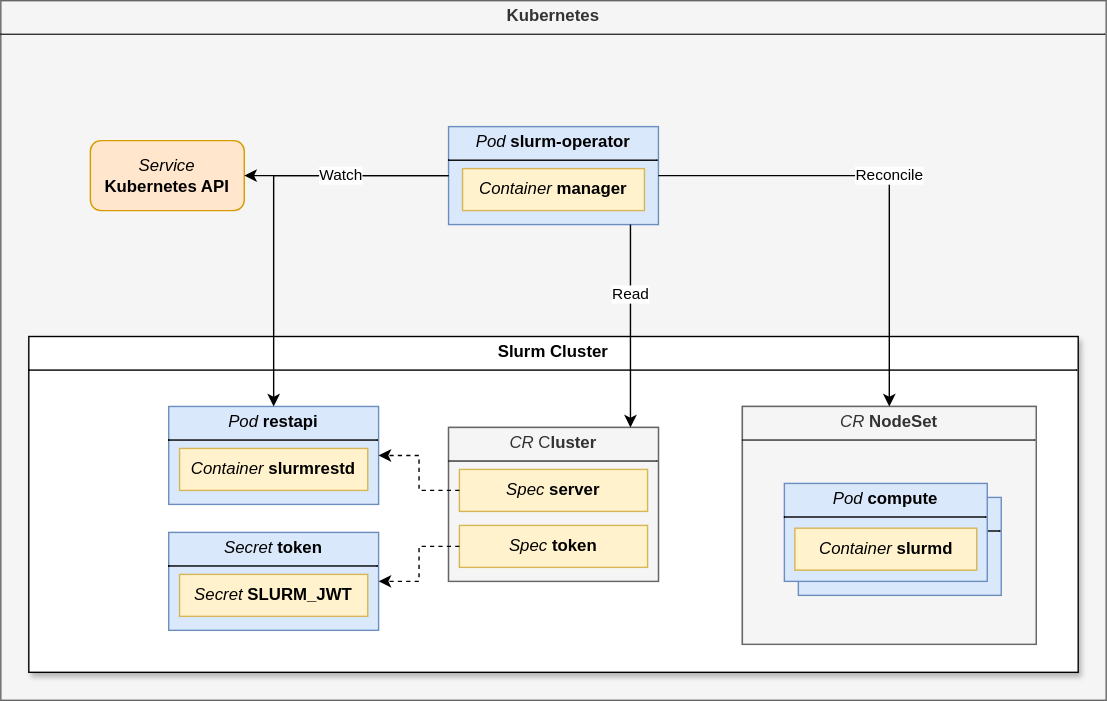
This is docs/assets/architecture-operator.svg from whaili/slurm-operator, a draw.io export, as it was before one commit. Source tidied: cells renumbered, new cells last; positions are measured from the earlier drawing's top-left corner, leaving out a move shared by most shapes.
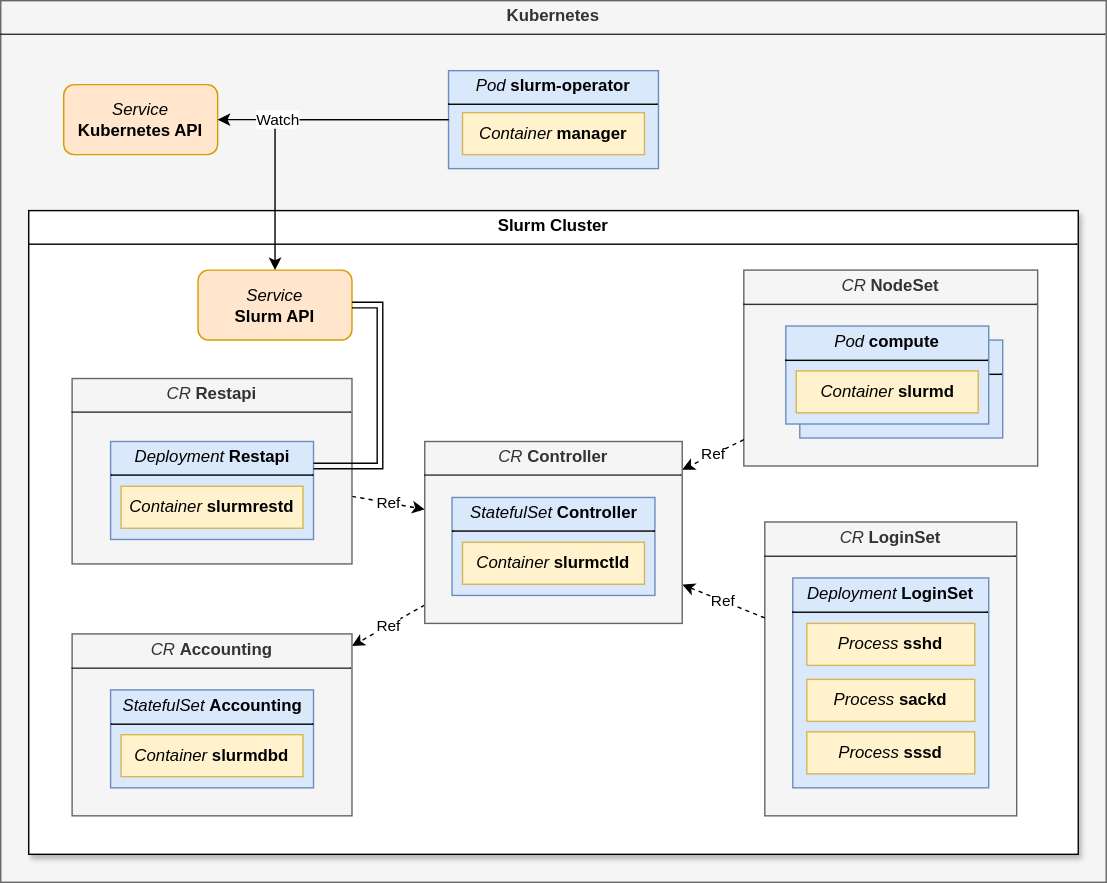
Later version of the same file.

Commit message:
docs: update docs to match new architecture

Diff of the diagram source:
```diff
@@ -3,10 +3,10 @@
     <mxCell id="0" />
     <mxCell id="1" parent="0" />
     <mxCell id="2" value="&lt;p style=&quot;margin: 4px 0px 0px; text-align: center;&quot;&gt;&lt;b style=&quot;&quot;&gt;Kubernetes&lt;/b&gt;&lt;/p&gt;&lt;hr size=&quot;1&quot; style=&quot;border-style:solid;&quot;&gt;&lt;p style=&quot;margin:0px;margin-left:8px;&quot;&gt;&lt;br&gt;&lt;/p&gt;" style="verticalAlign=top;align=left;overflow=fill;html=1;whiteSpace=wrap;fillColor=#f5f5f5;fontColor=#333333;strokeColor=#666666;" parent="1" vertex="1">
-      <mxGeometry width="790" height="500" as="geometry" />
+      <mxGeometry x="-1" width="790" height="630" as="geometry" />
     </mxCell>
     <mxCell id="3" style="group;" parent="1" vertex="1">
-      <mxGeometry x="320" y="90" width="150" height="70" as="geometry" />
+      <mxGeometry x="319" y="50" width="150" height="70" as="geometry" />
     </mxCell>
     <mxCell id="4" value="&lt;p style=&quot;margin:0px;margin-top:4px;text-align:center;&quot;&gt;&lt;i&gt;Pod&lt;/i&gt;&amp;nbsp;&lt;b&gt;slurm-operator&lt;/b&gt;&lt;/p&gt;&lt;hr size=&quot;1&quot; style=&quot;border-style:solid;&quot;&gt;&lt;div style=&quot;height: 2px; padding: 0px 0px 2px; margin: 0px;&quot;&gt;&lt;br&gt;&lt;/div&gt;" style="verticalAlign=top;align=left;overflow=fill;html=1;whiteSpace=wrap;fillColor=#dae8fc;strokeColor=#6c8ebf;gradientColor=none;enumerate=0;comic=0;" parent="3" vertex="1">
       <mxGeometry width="150" height="70" as="geometry" />
@@ -15,28 +15,19 @@
       <mxGeometry x="10" y="30" width="130" height="30" as="geometry" />
     </mxCell>
     <mxCell id="6" value="&lt;i&gt;Service&lt;/i&gt;&lt;br&gt;&lt;b&gt;Kubernetes API&lt;/b&gt;" style="html=1;whiteSpace=wrap;fillColor=#ffe6cc;strokeColor=#d79b00;gradientColor=none;rounded=1;" parent="1" vertex="1">
-      <mxGeometry x="64" y="100" width="110" height="50" as="geometry" />
+      <mxGeometry x="44" y="60" width="110" height="50" as="geometry" />
     </mxCell>
     <mxCell id="7" value="&lt;p style=&quot;margin:0px;margin-top:4px;text-align:center;&quot;&gt;&lt;b&gt;Slurm Cluster&lt;/b&gt;&lt;/p&gt;&lt;hr size=&quot;1&quot; style=&quot;border-style:solid;&quot;&gt;&lt;div style=&quot;height:2px;&quot;&gt;&lt;/div&gt;" style="verticalAlign=top;align=left;overflow=fill;html=1;whiteSpace=wrap;shadow=1;" parent="1" vertex="1">
-      <mxGeometry x="20" y="240" width="750" height="240" as="geometry" />
+      <mxGeometry x="19" y="150" width="750" height="460" as="geometry" />
     </mxCell>
-    <mxCell id="8" style="group;" parent="1" vertex="1">
-      <mxGeometry x="120" y="290" width="150" height="70" as="geometry" />
-    </mxCell>
-    <mxCell id="9" value="&lt;p style=&quot;margin:0px;margin-top:4px;text-align:center;&quot;&gt;&lt;i&gt;Pod&lt;/i&gt;&amp;nbsp;&lt;b&gt;restapi&lt;/b&gt;&lt;/p&gt;&lt;hr size=&quot;1&quot; style=&quot;border-style:solid;&quot;&gt;&lt;div style=&quot;height: 2px; padding: 0px 0px 2px; margin: 0px;&quot;&gt;&lt;br&gt;&lt;/div&gt;" style="verticalAlign=top;align=left;overflow=fill;html=1;whiteSpace=wrap;fillColor=#dae8fc;strokeColor=#6c8ebf;gradientColor=none;enumerate=0;comic=0;" parent="8" vertex="1">
-      <mxGeometry width="150" height="70" as="geometry" />
-    </mxCell>
-    <mxCell id="10" value="&lt;i&gt;Container&lt;/i&gt;&amp;nbsp;&lt;b&gt;slurmrestd&lt;/b&gt;" style="rounded=0;whiteSpace=wrap;html=1;fillColor=#fff2cc;strokeColor=#d6b656;align=center;textShadow=0;labelBorderColor=none;labelBackgroundColor=none;" parent="8" vertex="1">
-      <mxGeometry x="7.8" y="30" width="134.5" height="30" as="geometry" />
-    </mxCell>
-    <mxCell id="11" style="group;fillColor=#f5f5f5;fontColor=#333333;strokeColor=#666666;" parent="1" vertex="1">
-      <mxGeometry x="530" y="290" width="210" height="170" as="geometry" />
-    </mxCell>
+    <mxCell id="31" style="group;" parent="1" vertex="1">
+      <mxGeometry x="530" y="192.5" width="210" height="140" as="geometry" />
+    </mxCell>
-    <mxCell id="12" value="&lt;p style=&quot;margin:0px;margin-top:4px;text-align:center;&quot;&gt;&lt;i&gt;CR&lt;/i&gt;&amp;nbsp;&lt;b&gt;NodeSet&lt;/b&gt;&lt;/p&gt;&lt;hr size=&quot;1&quot; style=&quot;border-style:solid;&quot;&gt;&lt;div style=&quot;height:2px;&quot;&gt;&lt;/div&gt;" style="verticalAlign=top;align=left;overflow=fill;html=1;whiteSpace=wrap;shadow=0;fillColor=#f5f5f5;fontColor=#333333;strokeColor=#666666;" parent="11" vertex="1">
-      <mxGeometry width="210" height="170" as="geometry" />
+    <mxCell id="12" value="&lt;p style=&quot;margin:0px;margin-top:4px;text-align:center;&quot;&gt;&lt;i&gt;CR&lt;/i&gt;&amp;nbsp;&lt;b&gt;NodeSet&lt;/b&gt;&lt;/p&gt;&lt;hr size=&quot;1&quot; style=&quot;border-style:solid;&quot;&gt;&lt;div style=&quot;height:2px;&quot;&gt;&lt;/div&gt;" style="verticalAlign=top;align=left;overflow=fill;html=1;whiteSpace=wrap;shadow=0;fillColor=#f5f5f5;fontColor=#333333;strokeColor=#666666;" parent="31" vertex="1">
+      <mxGeometry width="210" height="140" as="geometry" />
     </mxCell>
-    <mxCell id="13" style="group;" parent="11" vertex="1">
-      <mxGeometry x="40" y="65" width="145" height="70" as="geometry" />
+    <mxCell id="13" style="group;" parent="31" vertex="1">
+      <mxGeometry x="40" y="50" width="145" height="70" as="geometry" />
     </mxCell>
     <mxCell id="14" value="&lt;p style=&quot;margin:0px;margin-top:4px;text-align:center;&quot;&gt;&lt;i&gt;Pod&lt;/i&gt;&amp;nbsp;&lt;b&gt;compute&lt;/b&gt;&lt;/p&gt;&lt;hr size=&quot;1&quot; style=&quot;border-style:solid;&quot;&gt;&lt;div style=&quot;height: 2px; padding: 0px 0px 2px; margin: 0px;&quot;&gt;&lt;br&gt;&lt;/div&gt;" style="verticalAlign=top;align=left;overflow=fill;html=1;whiteSpace=wrap;fillColor=#dae8fc;strokeColor=#6c8ebf;gradientColor=none;enumerate=0;comic=0;" parent="13" vertex="1">
       <mxGeometry width="145" height="70" as="geometry" />
@@ -50,49 +41,95 @@
     <mxCell id="17" value="&lt;i&gt;Container&lt;/i&gt;&amp;nbsp;&lt;b&gt;slurmd&lt;/b&gt;" style="rounded=0;whiteSpace=wrap;html=1;fillColor=#fff2cc;strokeColor=#d6b656;align=center;textShadow=0;labelBorderColor=none;labelBackgroundColor=none;" parent="15" vertex="1">
       <mxGeometry x="7.5" y="32" width="130" height="30" as="geometry" />
     </mxCell>
-    <mxCell id="18" value="Reconcile" style="edgeStyle=orthogonalEdgeStyle;rounded=0;jettySize=auto;html=1;entryX=0.5;entryY=0;entryDx=0;entryDy=0;" parent="1" edge="1" source="4" target="12">
-      <mxGeometry relative="1" as="geometry" />
-    </mxCell>
-    <mxCell id="19" style="edgeStyle=orthogonalEdgeStyle;rounded=0;jettySize=auto;html=1;" parent="1" edge="1" source="4" target="9">
-      <mxGeometry relative="1" as="geometry" />
-    </mxCell>
+    <mxCell id="32" style="group;" parent="1" vertex="1">
+      <mxGeometry x="545" y="372.5" width="180" height="210" as="geometry" />
+    </mxCell>
+    <mxCell id="33" value="&lt;p style=&quot;margin:0px;margin-top:4px;text-align:center;&quot;&gt;&lt;i&gt;CR&lt;/i&gt;&amp;nbsp;&lt;b&gt;LoginSet&lt;/b&gt;&lt;/p&gt;&lt;hr size=&quot;1&quot; style=&quot;border-style:solid;&quot;&gt;&lt;div style=&quot;height:2px;&quot;&gt;&lt;/div&gt;" style="verticalAlign=top;align=left;overflow=fill;html=1;whiteSpace=wrap;shadow=0;fillColor=#f5f5f5;fontColor=#333333;strokeColor=#666666;" parent="32" vertex="1">
+      <mxGeometry width="180" height="210" as="geometry" />
+    </mxCell>
+    <mxCell id="34" style="group;align=center;" parent="32" vertex="1">
+      <mxGeometry x="20" y="40" width="140" height="150" as="geometry" />
+    </mxCell>
+    <mxCell id="35" value="&lt;p style=&quot;margin:0px;margin-top:4px;text-align:center;&quot;&gt;&lt;i&gt;Deployment&lt;/i&gt;&amp;nbsp;&lt;b&gt;LoginSet&lt;/b&gt;&lt;/p&gt;&lt;hr size=&quot;1&quot; style=&quot;border-style:solid;&quot;&gt;&lt;div style=&quot;height: 2px; padding: 0px 0px 2px; margin: 0px;&quot;&gt;&lt;br&gt;&lt;/div&gt;" style="verticalAlign=top;align=left;overflow=fill;html=1;whiteSpace=wrap;fillColor=#dae8fc;strokeColor=#6c8ebf;gradientColor=none;enumerate=0;comic=0;" parent="34" vertex="1">
+      <mxGeometry width="140" height="150" as="geometry" />
+    </mxCell>
+    <mxCell id="36" value="&lt;i&gt;Process&lt;/i&gt;&amp;nbsp;&lt;b&gt;sshd&lt;/b&gt;" style="rounded=0;whiteSpace=wrap;html=1;fillColor=#fff2cc;strokeColor=#d6b656;align=center;textShadow=0;labelBorderColor=none;labelBackgroundColor=none;" parent="34" vertex="1">
+      <mxGeometry x="10" y="32.5" width="120" height="30" as="geometry" />
+    </mxCell>
+    <mxCell id="37" value="&lt;i&gt;Process&lt;/i&gt;&amp;nbsp;&lt;b&gt;sackd&lt;/b&gt;" style="rounded=0;whiteSpace=wrap;html=1;fillColor=#fff2cc;strokeColor=#d6b656;align=center;" parent="34" vertex="1">
+      <mxGeometry x="10" y="72.5" width="120" height="30" as="geometry" />
+    </mxCell>
+    <mxCell id="38" value="&lt;i&gt;Process&lt;/i&gt;&amp;nbsp;&lt;b&gt;sssd&lt;/b&gt;" style="rounded=0;whiteSpace=wrap;html=1;fillColor=#fff2cc;strokeColor=#d6b656;align=center;" parent="34" vertex="1">
+      <mxGeometry x="10" y="110" width="120" height="30" as="geometry" />
+    </mxCell>
+    <mxCell id="39" value="Ref" style="rounded=0;jettySize=auto;html=1;dashed=1;" parent="1" edge="1" source="22" target="55">
+      <mxGeometry relative="1" as="geometry" />
+    </mxCell>
+    <mxCell id="40" value="Ref" style="rounded=0;jettySize=auto;html=1;dashed=1;" parent="1" edge="1" source="12" target="55">
+      <mxGeometry relative="1" as="geometry" />
+    </mxCell>
+    <mxCell id="41" value="Ref" style="rounded=0;jettySize=auto;html=1;dashed=1;" parent="1" edge="1" source="55" target="50">
+      <mxGeometry relative="1" as="geometry" />
+    </mxCell>
+    <mxCell id="42" value="Ref" style="rounded=0;jettySize=auto;html=1;dashed=1;" parent="1" edge="1" source="33" target="55">
+      <mxGeometry relative="1" as="geometry" />
+    </mxCell>
-    <mxCell id="20" value="Watch" style="edgeStyle=orthogonalEdgeStyle;rounded=0;jettySize=auto;html=1;" parent="1" edge="1" source="4" target="6">
+    <mxCell id="20" style="edgeStyle=orthogonalEdgeStyle;rounded=0;jettySize=auto;html=1;" parent="1" edge="1" source="4" target="6">
       <mxGeometry x="0.06" relative="1" as="geometry" />
     </mxCell>
-    <mxCell id="21" style="group;fillColor=#f5f5f5;fontColor=#333333;strokeColor=#666666;" parent="1" vertex="1">
-      <mxGeometry x="320" y="305" width="150" height="110" as="geometry" />
-    </mxCell>
+    <mxCell id="43" value="&lt;i&gt;Service&lt;/i&gt;&lt;br&gt;&lt;b&gt;Slurm API&lt;/b&gt;" style="html=1;whiteSpace=wrap;fillColor=#ffe6cc;strokeColor=#d79b00;gradientColor=none;rounded=1;" parent="1" vertex="1">
+      <mxGeometry x="140" y="192.5" width="110" height="50" as="geometry" />
+    </mxCell>
+    <mxCell id="44" value="Watch" style="edgeStyle=orthogonalEdgeStyle;rounded=0;jettySize=auto;html=1;" parent="1" edge="1" source="4" target="43">
+      <mxGeometry x="0.06" relative="1" as="geometry" />
+    </mxCell>
+    <mxCell id="45" style="group;" parent="1" vertex="1">
+      <mxGeometry x="50" y="270" width="200" height="132.5" as="geometry" />
+    </mxCell>
-    <mxCell id="22" value="&lt;p style=&quot;margin:0px;margin-top:4px;text-align:center;&quot;&gt;&lt;i&gt;CR&lt;/i&gt;&amp;nbsp;C&lt;b&gt;luster&lt;/b&gt;&lt;/p&gt;&lt;hr size=&quot;1&quot; style=&quot;border-style:solid;&quot;&gt;&lt;div style=&quot;height: 2px; padding: 0px 0px 2px; margin: 0px;&quot;&gt;&lt;br&gt;&lt;/div&gt;" style="verticalAlign=top;align=left;overflow=fill;html=1;whiteSpace=wrap;fillColor=#f5f5f5;strokeColor=#666666;enumerate=0;comic=0;fontColor=#333333;" parent="21" vertex="1">
-      <mxGeometry width="150" height="110" as="geometry" />
+    <mxCell id="22" value="&lt;p style=&quot;margin:0px;margin-top:4px;text-align:center;&quot;&gt;&lt;i&gt;CR&lt;/i&gt;&amp;nbsp;&lt;b&gt;Restapi&lt;/b&gt;&lt;/p&gt;&lt;hr size=&quot;1&quot; style=&quot;border-style:solid;&quot;&gt;&lt;div style=&quot;height: 2px; padding: 0px 0px 2px; margin: 0px;&quot;&gt;&lt;br&gt;&lt;/div&gt;" style="verticalAlign=top;align=left;overflow=fill;html=1;whiteSpace=wrap;fillColor=#f5f5f5;strokeColor=#666666;enumerate=0;comic=0;fontColor=#333333;" parent="45" vertex="1">
+      <mxGeometry width="200" height="132.5" as="geometry" />
     </mxCell>
-    <mxCell id="23" value="&lt;i&gt;Spec&lt;/i&gt;&amp;nbsp;&lt;b&gt;server&lt;/b&gt;" style="rounded=0;whiteSpace=wrap;html=1;fillColor=#fff2cc;strokeColor=#d6b656;align=center;textShadow=0;labelBorderColor=none;labelBackgroundColor=none;" parent="21" vertex="1">
-      <mxGeometry x="7.8" y="30" width="134.5" height="30" as="geometry" />
-    </mxCell>
-    <mxCell id="24" value="&lt;i&gt;Spec&lt;/i&gt;&amp;nbsp;&lt;b&gt;token&lt;/b&gt;" style="rounded=0;whiteSpace=wrap;html=1;fillColor=#fff2cc;strokeColor=#d6b656;align=center;textShadow=0;labelBorderColor=none;labelBackgroundColor=none;" parent="21" vertex="1">
-      <mxGeometry x="7.8" y="70" width="134.5" height="30" as="geometry" />
-    </mxCell>
-    <mxCell id="25" style="edgeStyle=orthogonalEdgeStyle;rounded=0;jettySize=auto;html=1;dashed=1;" parent="1" edge="1" source="23" target="9">
-      <mxGeometry relative="1" as="geometry" />
-    </mxCell>
-    <mxCell id="26" style="group;" parent="1" vertex="1">
-      <mxGeometry x="120" y="380" width="150" height="70" as="geometry" />
-    </mxCell>
-    <mxCell id="27" value="&lt;p style=&quot;margin:0px;margin-top:4px;text-align:center;&quot;&gt;&lt;i&gt;Secret&lt;/i&gt;&amp;nbsp;&lt;b&gt;token&lt;/b&gt;&lt;/p&gt;&lt;hr size=&quot;1&quot; style=&quot;border-style:solid;&quot;&gt;&lt;div style=&quot;height: 2px; padding: 0px 0px 2px; margin: 0px;&quot;&gt;&lt;br&gt;&lt;/div&gt;" style="verticalAlign=top;align=left;overflow=fill;html=1;whiteSpace=wrap;fillColor=#dae8fc;strokeColor=#6c8ebf;gradientColor=none;enumerate=0;comic=0;" parent="26" vertex="1">
-      <mxGeometry width="150" height="70" as="geometry" />
-    </mxCell>
-    <mxCell id="28" value="&lt;i&gt;Secret&lt;/i&gt;&amp;nbsp;&lt;b&gt;SLURM_JWT&lt;/b&gt;" style="rounded=0;whiteSpace=wrap;html=1;fillColor=#fff2cc;strokeColor=#d6b656;align=center;textShadow=0;labelBorderColor=none;labelBackgroundColor=none;" parent="26" vertex="1">
-      <mxGeometry x="7.8" y="30" width="134.5" height="30" as="geometry" />
-    </mxCell>
-    <mxCell id="29" style="edgeStyle=orthogonalEdgeStyle;rounded=0;jettySize=auto;html=1;dashed=1;" parent="1" edge="1" source="24" target="27">
-      <mxGeometry relative="1" as="geometry" />
-    </mxCell>
-    <mxCell id="30" value="Read" style="edgeStyle=orthogonalEdgeStyle;rounded=0;jettySize=auto;html=1;" parent="1" edge="1" source="4" target="22">
-      <mxGeometry x="-0.31" relative="1" as="geometry">
-        <Array as="points">
-          <mxPoint x="450" y="230" />
-          <mxPoint x="450" y="230" />
-        </Array>
-      </mxGeometry>
-    </mxCell>
+    <mxCell id="46" style="group;" parent="45" vertex="1">
+      <mxGeometry x="27.5" y="45" width="145" height="70" as="geometry" />
+    </mxCell>
+    <mxCell id="47" value="&lt;p style=&quot;margin:0px;margin-top:4px;text-align:center;&quot;&gt;&lt;i&gt;Deployment&lt;/i&gt;&amp;nbsp;&lt;b&gt;Restapi&lt;/b&gt;&lt;/p&gt;&lt;hr size=&quot;1&quot; style=&quot;border-style:solid;&quot;&gt;&lt;div style=&quot;height: 2px; padding: 0px 0px 2px; margin: 0px;&quot;&gt;&lt;br&gt;&lt;/div&gt;" style="verticalAlign=top;align=left;overflow=fill;html=1;whiteSpace=wrap;fillColor=#dae8fc;strokeColor=#6c8ebf;gradientColor=none;enumerate=0;comic=0;" parent="46" vertex="1">
+      <mxGeometry width="145" height="70" as="geometry" />
+    </mxCell>
+    <mxCell id="10" value="&lt;i&gt;Container&lt;/i&gt;&amp;nbsp;&lt;b&gt;slurmrestd&lt;/b&gt;" style="rounded=0;whiteSpace=wrap;html=1;fillColor=#fff2cc;strokeColor=#d6b656;align=center;textShadow=0;labelBorderColor=none;labelBackgroundColor=none;" parent="46" vertex="1">
+      <mxGeometry x="7.5" y="32" width="130" height="30" as="geometry" />
+    </mxCell>
+    <mxCell id="48" style="rounded=0;jettySize=auto;html=1;exitX=1;exitY=0.5;exitDx=0;exitDy=0;entryX=1;entryY=0.25;entryDx=0;entryDy=0;shape=link;edgeStyle=orthogonalEdgeStyle;" parent="1" edge="1" source="43" target="47">
+      <mxGeometry relative="1" as="geometry" />
+    </mxCell>
+    <mxCell id="49" style="group;" parent="1" vertex="1">
+      <mxGeometry x="50" y="452.5" width="200" height="130" as="geometry" />
+    </mxCell>
+    <mxCell id="50" value="&lt;p style=&quot;margin:0px;margin-top:4px;text-align:center;&quot;&gt;&lt;i&gt;CR&lt;/i&gt;&amp;nbsp;&lt;b&gt;Accounting&lt;/b&gt;&lt;/p&gt;&lt;hr size=&quot;1&quot; style=&quot;border-style:solid;&quot;&gt;&lt;div style=&quot;height: 2px; padding: 0px 0px 2px; margin: 0px;&quot;&gt;&lt;br&gt;&lt;/div&gt;" style="verticalAlign=top;align=left;overflow=fill;html=1;whiteSpace=wrap;fillColor=#f5f5f5;strokeColor=#666666;enumerate=0;comic=0;fontColor=#333333;" parent="49" vertex="1">
+      <mxGeometry width="200" height="130" as="geometry" />
+    </mxCell>
+    <mxCell id="51" style="group;" parent="49" vertex="1">
+      <mxGeometry x="27.5" y="40" width="145" height="70" as="geometry" />
+    </mxCell>
+    <mxCell id="52" value="&lt;p style=&quot;margin:0px;margin-top:4px;text-align:center;&quot;&gt;&lt;i&gt;StatefulSet&lt;/i&gt;&amp;nbsp;&lt;b&gt;Accounting&lt;/b&gt;&lt;/p&gt;&lt;hr size=&quot;1&quot; style=&quot;border-style:solid;&quot;&gt;&lt;div style=&quot;height: 2px; padding: 0px 0px 2px; margin: 0px;&quot;&gt;&lt;br&gt;&lt;/div&gt;" style="verticalAlign=top;align=left;overflow=fill;html=1;whiteSpace=wrap;fillColor=#dae8fc;strokeColor=#6c8ebf;gradientColor=none;enumerate=0;comic=0;" parent="51" vertex="1">
+      <mxGeometry width="145" height="70" as="geometry" />
+    </mxCell>
+    <mxCell id="53" value="&lt;i&gt;Container&lt;/i&gt;&amp;nbsp;&lt;b&gt;slurmdbd&lt;/b&gt;" style="rounded=0;whiteSpace=wrap;html=1;fillColor=#fff2cc;strokeColor=#d6b656;align=center;textShadow=0;labelBorderColor=none;labelBackgroundColor=none;" parent="51" vertex="1">
+      <mxGeometry x="7.5" y="32" width="130" height="30" as="geometry" />
+    </mxCell>
+    <mxCell id="54" style="group;" parent="1" vertex="1">
+      <mxGeometry x="302" y="315" width="184" height="130" as="geometry" />
+    </mxCell>
+    <mxCell id="55" value="&lt;p style=&quot;margin:0px;margin-top:4px;text-align:center;&quot;&gt;&lt;i&gt;CR&lt;/i&gt;&amp;nbsp;&lt;b&gt;Controller&lt;/b&gt;&lt;/p&gt;&lt;hr size=&quot;1&quot; style=&quot;border-style:solid;&quot;&gt;&lt;div style=&quot;height: 2px; padding: 0px 0px 2px; margin: 0px;&quot;&gt;&lt;br&gt;&lt;/div&gt;" style="verticalAlign=top;align=left;overflow=fill;html=1;whiteSpace=wrap;fillColor=#f5f5f5;strokeColor=#666666;enumerate=0;comic=0;fontColor=#333333;" parent="54" vertex="1">
+      <mxGeometry width="184" height="130" as="geometry" />
+    </mxCell>
+    <mxCell id="56" style="group;" parent="54" vertex="1">
+      <mxGeometry x="19.5" y="40" width="145" height="70" as="geometry" />
+    </mxCell>
+    <mxCell id="57" value="&lt;p style=&quot;margin:0px;margin-top:4px;text-align:center;&quot;&gt;&lt;i&gt;StatefulSet&lt;/i&gt;&amp;nbsp;&lt;b&gt;Controller&lt;/b&gt;&lt;/p&gt;&lt;hr size=&quot;1&quot; style=&quot;border-style:solid;&quot;&gt;&lt;div style=&quot;height: 2px; padding: 0px 0px 2px; margin: 0px;&quot;&gt;&lt;br&gt;&lt;/div&gt;" style="verticalAlign=top;align=left;overflow=fill;html=1;whiteSpace=wrap;fillColor=#dae8fc;strokeColor=#6c8ebf;gradientColor=none;enumerate=0;comic=0;" parent="56" vertex="1">
+      <mxGeometry width="145" height="70" as="geometry" />
+    </mxCell>
+    <mxCell id="58" value="&lt;i&gt;Container&lt;/i&gt;&amp;nbsp;&lt;b&gt;slurmctld&lt;/b&gt;" style="rounded=0;whiteSpace=wrap;html=1;fillColor=#fff2cc;strokeColor=#d6b656;align=center;textShadow=0;labelBorderColor=none;labelBackgroundColor=none;" parent="56" vertex="1">
+      <mxGeometry x="7.5" y="32" width="130" height="30" as="geometry" />
+    </mxCell>
   </root>
 </mxGraphModel>
```
